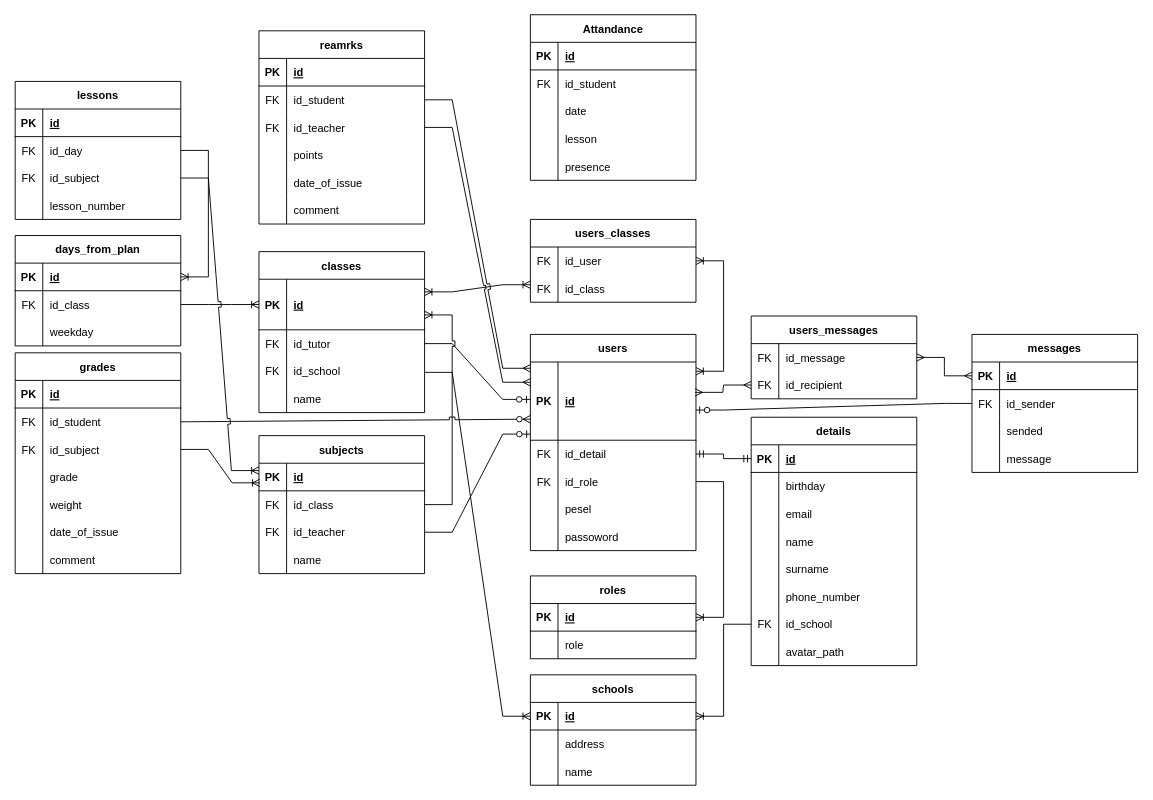
Before: Diarium.drawio in Wadowski-Mateusz/WdPAI, a draw.io diagram. Source tidied: cells renumbered, new cells numbered last; positions are measured from the earlier drawing's top-left corner, leaving out a move shared by most shapes. Both pictures are drawn from the tidied source at 92%, with x=0, y=0 at pixel (15, 14).
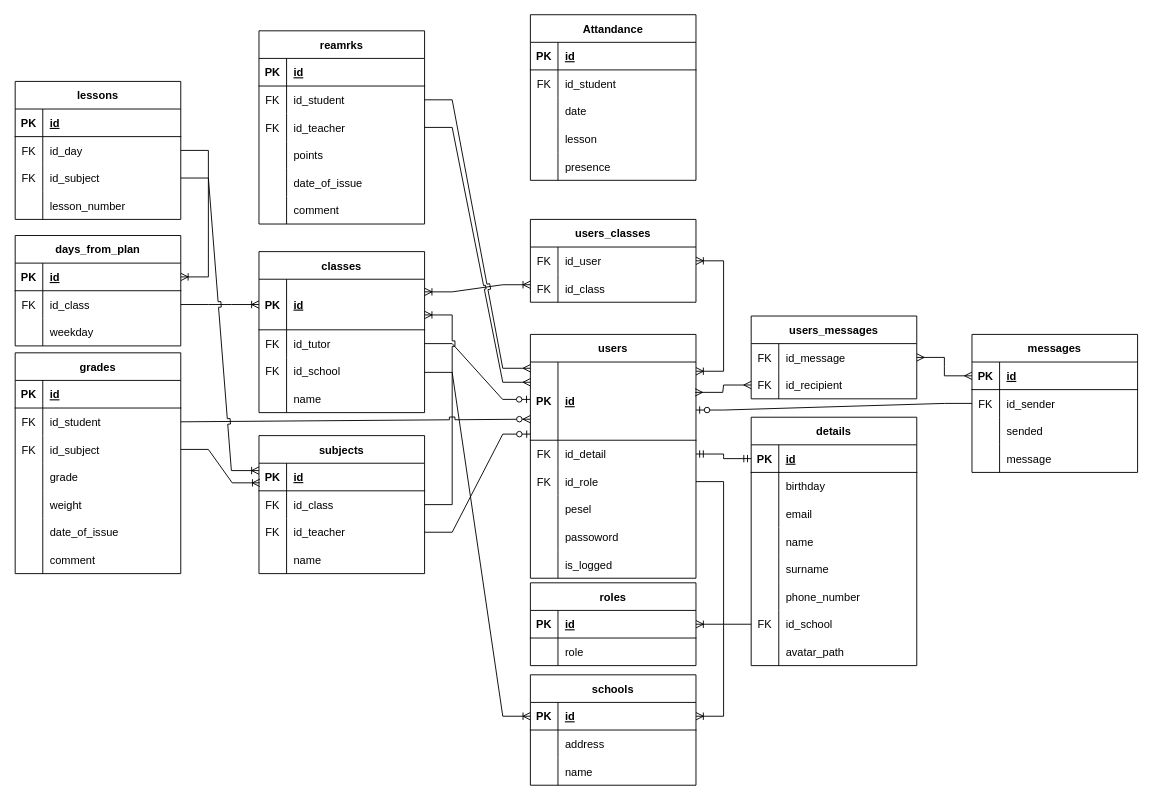
The same diagram, later.

Diff of the diagram source:
```diff
@@
     <mxCell id="115" value="roles" style="shape=table;startSize=30;childLayout=tableLayout;rowLines=0;fontStyle=1;align=center;rounded=0;labelBackgroundColor=none;" parent="1" vertex="1">
-      <mxGeometry x="560" y="610.5" width="180" height="90" as="geometry" />
+      <mxGeometry x="560" y="618" width="180" height="90" as="geometry" />
     </mxCell>
@@
     <mxCell id="122" value="users" style="shape=table;startSize=30;childLayout=tableLayout;rowLines=0;fontStyle=1;align=center;rounded=0;labelBackgroundColor=none;" parent="1" vertex="1">
-      <mxGeometry x="560" y="348" width="180" height="235" as="geometry" />
+      <mxGeometry x="560" y="348" width="180" height="265" as="geometry" />
     </mxCell>
@@
+    <mxCell id="212" style="shape=tableRow;horizontal=0;startSize=0;swimlaneHead=0;swimlaneBody=0;fillColor=none;top=0;left=0;right=0;bottom=0;" parent="122" vertex="1">
+      <mxGeometry y="235" width="180" height="30" as="geometry" />
+    </mxCell>
+    <mxCell id="213" style="shape=partialRectangle;fillColor=none;top=0;left=0;bottom=0;right=0;overflow=hidden;" parent="212" vertex="1">
+      <mxGeometry width="30" height="30" as="geometry" />
+    </mxCell>
+    <mxCell id="214" value="is_logged" style="shape=partialRectangle;fillColor=none;top=0;left=0;bottom=0;right=0;align=left;spacingLeft=6;overflow=hidden;" parent="212" vertex="1">
+      <mxGeometry x="30" width="150" height="30" as="geometry" />
+    </mxCell>
```
